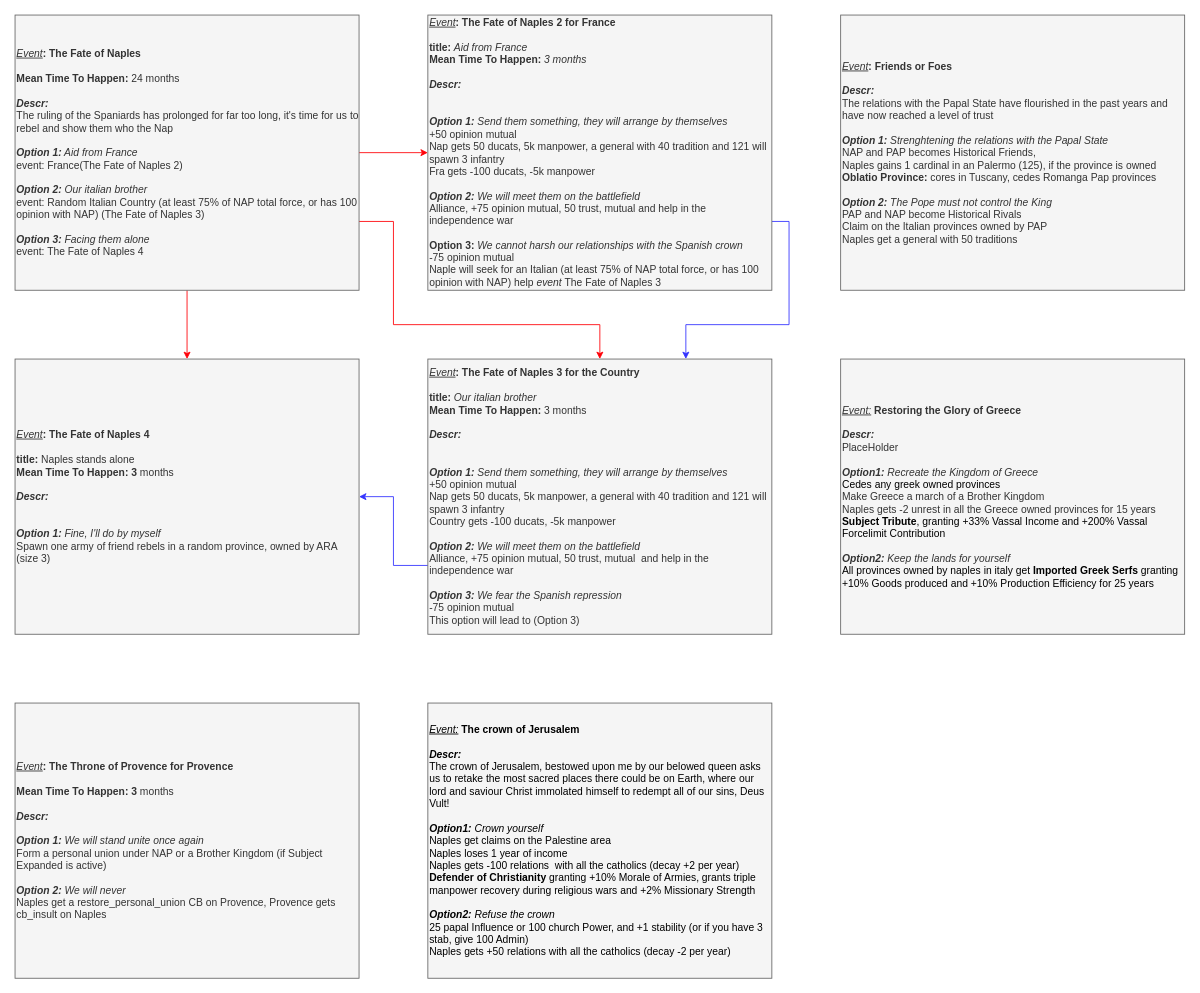
Melvasul/Missions-Expanded keeps this draw.io diagram as page "Events" (2 of 2) of Naples/It's Pizza Time 0.95.drawio. Above is the earlier version. Source tidied: cells renumbered, new cells numbered last; positions are measured from the earlier drawing's top-left corner, leaving out a move shared by most shapes. Both pictures are drawn from the tidied source at 86%, with x=0, y=0 at pixel (15, 15).
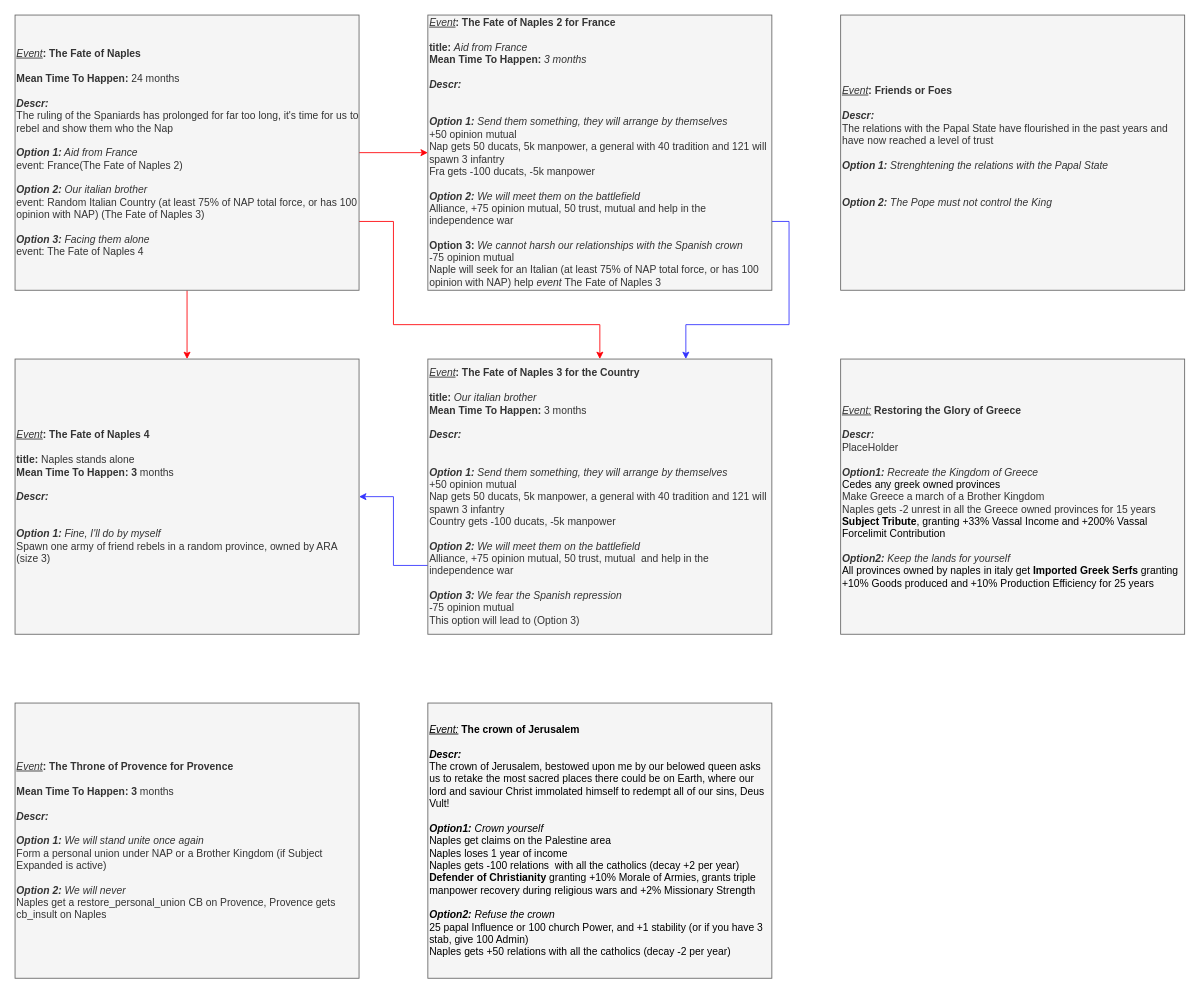
After the change.

What changed in the source:
```diff
@@
 <mxGraphModel>
   <root>
     <mxCell id="0" />
     <mxCell id="1" parent="0" />
     <mxCell id="2" value="&lt;div style=&quot;font-size: 12px&quot;&gt;&lt;font color=&quot;#000000&quot;&gt;&lt;u style=&quot;font-style: italic&quot;&gt;Event:&lt;/u&gt;&amp;nbsp;&lt;b&gt;The crown of Jerusalem&lt;/b&gt;&lt;/font&gt;&lt;/div&gt;&lt;div style=&quot;font-size: 12px&quot;&gt;&lt;b&gt;&lt;font color=&quot;#000000&quot;&gt;&lt;br&gt;&lt;/font&gt;&lt;/b&gt;&lt;/div&gt;&lt;div style=&quot;font-size: 12px&quot;&gt;&lt;font style=&quot;font-size: 12px&quot; color=&quot;#000000&quot;&gt;&lt;div style=&quot;font-size: 12px&quot;&gt;&lt;b style=&quot;font-size: 12px&quot;&gt;&lt;i style=&quot;font-size: 12px&quot;&gt;Descr:&lt;/i&gt;&lt;/b&gt;&lt;/div&gt;&lt;div style=&quot;font-size: 12px&quot;&gt;The crown of Jerusalem, bestowed upon me by our belowed queen asks us to retake the most sacred places there could be on Earth, where our lord and saviour Christ immolated himself to redempt all of our sins, Deus Vult!&lt;/div&gt;&lt;div style=&quot;font-size: 12px&quot;&gt;&lt;br&gt;&lt;/div&gt;&lt;/font&gt;&lt;/div&gt;&lt;div style=&quot;font-size: 12px&quot;&gt;&lt;font style=&quot;font-size: 12px&quot; color=&quot;#000000&quot;&gt;&lt;span style=&quot;font-size: 12px&quot;&gt;&lt;i style=&quot;font-size: 12px&quot;&gt;&lt;b&gt;Option1:&lt;/b&gt; Crown yourself&lt;/i&gt;&lt;/span&gt;&lt;br style=&quot;font-size: 12px&quot;&gt;&lt;/font&gt;&lt;/div&gt;&lt;div style=&quot;font-size: 12px&quot;&gt;&lt;font color=&quot;#000000&quot;&gt;Naples get claims on the Palestine area&lt;/font&gt;&lt;/div&gt;&lt;div style=&quot;font-size: 12px&quot;&gt;&lt;font color=&quot;#000000&quot;&gt;Naples loses 1 year of income&lt;/font&gt;&lt;/div&gt;&lt;div&gt;&lt;font color=&quot;#000000&quot;&gt;Naples gets -100 relations&amp;nbsp;&amp;nbsp;with all the catholics (decay +2 per year)&lt;br&gt;&lt;b style=&quot;font-size: 12px&quot;&gt;Defender of Christianity&lt;/b&gt;&amp;nbsp;granting +10% Morale of Armies, grants triple manpower recovery during religious wars and +2% Missionary Strength&lt;/font&gt;&lt;/div&gt;&lt;div style=&quot;font-size: 12px&quot;&gt;&lt;font style=&quot;font-size: 12px&quot; color=&quot;#000000&quot;&gt;&lt;br style=&quot;font-size: 12px&quot;&gt;&lt;/font&gt;&lt;/div&gt;&lt;div style=&quot;font-size: 12px&quot;&gt;&lt;font style=&quot;font-size: 12px&quot; color=&quot;#000000&quot;&gt;&lt;span style=&quot;font-size: 12px&quot;&gt;&lt;i style=&quot;font-size: 12px&quot;&gt;&lt;b&gt;Option2:&lt;/b&gt;&amp;nbsp;Refuse the crown&lt;/i&gt;&lt;/span&gt;&lt;/font&gt;&lt;/div&gt;&lt;div style=&quot;font-size: 12px&quot;&gt;&lt;font color=&quot;#000000&quot;&gt;25 papal Influence or 100 church Power, and +1 stability (or if you have 3 stab, give 100 Admin)&lt;/font&gt;&lt;/div&gt;&lt;div style=&quot;font-size: 12px&quot;&gt;&lt;font color=&quot;#000000&quot;&gt;Naples gets +50 relations with all the catholics (decay -2 per year)&lt;/font&gt;&lt;/div&gt;" style="rounded=0;whiteSpace=wrap;html=1;align=left;fontSize=12;fillColor=#f5f5f5;strokeColor=#666666;fontColor=#333333;" parent="1" vertex="1">
       <mxGeometry x="480" y="800" width="400" height="320" as="geometry" />
     </mxCell>
-    <mxCell id="3" value="&lt;div style=&quot;font-size: 12px&quot;&gt;&lt;i&gt;&lt;u&gt;Event&lt;/u&gt;&lt;/i&gt;&lt;b&gt;: Friends or Foes&lt;/b&gt;&lt;/div&gt;&lt;div style=&quot;font-size: 12px&quot;&gt;&lt;b&gt;&lt;br&gt;&lt;/b&gt;&lt;/div&gt;&lt;div&gt;&lt;font&gt;&lt;div style=&quot;font-size: 12px&quot;&gt;&lt;b style=&quot;font-size: 12px&quot;&gt;&lt;i style=&quot;font-size: 12px&quot;&gt;Descr:&lt;/i&gt;&lt;/b&gt;&lt;/div&gt;&lt;div&gt;The relations with the Papal State have flourished in the past years and have now reached a level of trust&lt;/div&gt;&lt;/font&gt;&lt;/div&gt;&lt;div&gt;&lt;br&gt;&lt;/div&gt;&lt;div style=&quot;font-size: 12px&quot;&gt;&lt;/div&gt;&lt;font&gt;&lt;b style=&quot;font-size: 12px ; font-style: italic&quot;&gt;Option 1: &lt;/b&gt;&lt;span style=&quot;font-size: 12px ; font-style: italic&quot;&gt;Strenghtening the relations with the Papal State&lt;/span&gt;&lt;br&gt;&lt;font&gt;NAP and PAP becomes Historical Friends,&lt;br&gt;&lt;/font&gt;&lt;font&gt;Naples gains 1 cardinal in an Palermo (125), if the province is owned&lt;br&gt;&lt;/font&gt;&lt;b&gt;Oblatio Province:&amp;nbsp;&lt;/b&gt;&lt;font&gt;cores in Tuscany, cedes Romanga Pap provinces&lt;/font&gt;&lt;br&gt;&lt;br&gt;&lt;span style=&quot;font-size: 12px&quot;&gt;&lt;i&gt;&lt;b&gt;Option 2: &lt;/b&gt;The Pope must not control the King&lt;/i&gt;&lt;/span&gt;&lt;b&gt;&lt;br&gt;&lt;/b&gt;&lt;font&gt;PAP and NAP become Historical Rivals&lt;br&gt;&lt;/font&gt;Claim on the Italian provinces owned by PAP&lt;div&gt;Naples get a general with 50 traditions&lt;/div&gt;&lt;/font&gt;" style="rounded=0;whiteSpace=wrap;html=1;align=left;fontSize=12;fillColor=#f5f5f5;strokeColor=#666666;fontColor=#333333;" parent="1" vertex="1">
+    <mxCell id="3" value="&lt;div style=&quot;font-size: 12px&quot;&gt;&lt;i&gt;&lt;u&gt;Event&lt;/u&gt;&lt;/i&gt;&lt;b&gt;: Friends or Foes&lt;/b&gt;&lt;/div&gt;&lt;div style=&quot;font-size: 12px&quot;&gt;&lt;b&gt;&lt;br&gt;&lt;/b&gt;&lt;/div&gt;&lt;div&gt;&lt;font&gt;&lt;div style=&quot;font-size: 12px&quot;&gt;&lt;b style=&quot;font-size: 12px&quot;&gt;&lt;i style=&quot;font-size: 12px&quot;&gt;Descr:&lt;/i&gt;&lt;/b&gt;&lt;/div&gt;&lt;div&gt;The relations with the Papal State have flourished in the past years and have now reached a level of trust&lt;/div&gt;&lt;/font&gt;&lt;/div&gt;&lt;div&gt;&lt;br&gt;&lt;/div&gt;&lt;div style=&quot;font-size: 12px&quot;&gt;&lt;/div&gt;&lt;font&gt;&lt;b style=&quot;font-size: 12px ; font-style: italic&quot;&gt;Option 1: &lt;/b&gt;&lt;span style=&quot;font-size: 12px ; font-style: italic&quot;&gt;Strenghtening the relations with the Papal State&lt;/span&gt;&lt;br&gt;&lt;br&gt;&lt;br&gt;&lt;span style=&quot;font-size: 12px&quot;&gt;&lt;i&gt;&lt;b&gt;Option 2: &lt;/b&gt;The Pope must not control the King&lt;/i&gt;&lt;/span&gt;&lt;b&gt;&lt;br&gt;&lt;/b&gt;&lt;br&gt;&lt;/font&gt;" style="rounded=0;whiteSpace=wrap;html=1;align=left;fontSize=12;fillColor=#f5f5f5;strokeColor=#666666;fontColor=#333333;" parent="1" vertex="1">
       <mxGeometry x="960" width="400" height="320" as="geometry" />
     </mxCell>
     <mxCell id="4" style="edgeStyle=orthogonalEdgeStyle;rounded=0;jettySize=auto;html=1;strokeColor=#FF0008;" parent="1" edge="1" source="7" target="11">
       <mxGeometry relative="1" as="geometry" />
     </mxCell>
     <mxCell id="5" style="edgeStyle=orthogonalEdgeStyle;rounded=0;jettySize=auto;html=1;strokeColor=#FF0008;" parent="1" edge="1" source="7" target="8">
       <mxGeometry relative="1" as="geometry" />
     </mxCell>
     <mxCell id="6" style="edgeStyle=orthogonalEdgeStyle;rounded=0;jettySize=auto;html=1;exitX=1;exitY=0.75;exitDx=0;exitDy=0;strokeColor=#FF0008;" parent="1" edge="1" source="7" target="13">
       <mxGeometry relative="1" as="geometry">
         <Array as="points">
           <mxPoint x="440" y="240" />
           <mxPoint x="440" y="360" />
           <mxPoint x="680" y="360" />
         </Array>
       </mxGeometry>
     </mxCell>
     <mxCell id="7" value="&lt;div style=&quot;font-size: 12px&quot;&gt;&lt;i&gt;&lt;u&gt;Event&lt;/u&gt;&lt;/i&gt;&lt;b&gt;: The Fate of Naples&lt;/b&gt;&lt;/div&gt;&lt;div style=&quot;font-size: 12px&quot;&gt;&lt;b&gt;&lt;br&gt;&lt;/b&gt;&lt;/div&gt;&lt;div style=&quot;font-size: 12px&quot;&gt;&lt;b&gt;Mean Time To Happen: &lt;/b&gt;24 months&lt;/div&gt;&lt;div style=&quot;font-size: 12px&quot;&gt;&lt;b&gt;&lt;br&gt;&lt;/b&gt;&lt;/div&gt;&lt;div&gt;&lt;font&gt;&lt;div style=&quot;font-size: 12px&quot;&gt;&lt;b style=&quot;font-size: 12px&quot;&gt;&lt;i style=&quot;font-size: 12px&quot;&gt;Descr:&lt;/i&gt;&lt;/b&gt;&lt;/div&gt;&lt;div&gt;The ruling of the Spaniards has prolonged for far too long, it's time for us to rebel and show them who the Nap&lt;/div&gt;&lt;/font&gt;&lt;/div&gt;&lt;div&gt;&lt;br&gt;&lt;/div&gt;&lt;div style=&quot;font-size: 12px&quot;&gt;&lt;/div&gt;&lt;font&gt;&lt;b style=&quot;font-size: 12px ; font-style: italic&quot;&gt;Option 1:&lt;/b&gt;&lt;span style=&quot;font-size: 12px ; font-style: italic&quot;&gt; &lt;/span&gt;&lt;span style=&quot;font-size: 12px ; font-style: italic&quot;&gt;Aid from France&lt;/span&gt;&lt;br&gt;event: France(The Fate of Naples 2)&lt;br&gt;&lt;br&gt;&lt;span style=&quot;font-size: 12px&quot;&gt;&lt;i&gt;&lt;b&gt;Option 2:&lt;/b&gt; Our italian brother&lt;/i&gt;&lt;/span&gt;&lt;br&gt;&lt;div&gt;event: Random Italian Country (at least 75% of NAP total force, or has 100 opinion with NAP) (The Fate of Naples 3)&lt;br&gt;&lt;/div&gt;&lt;div&gt;&lt;br&gt;&lt;/div&gt;&lt;div&gt;&lt;i style=&quot;font-weight: bold&quot;&gt;Option 3: &lt;/i&gt;&lt;i&gt;Facing them alone&lt;/i&gt;&lt;/div&gt;&lt;div&gt;event: The Fate of Naples 4&lt;i&gt;&lt;br&gt;&lt;/i&gt;&lt;/div&gt;&lt;/font&gt;" style="rounded=0;whiteSpace=wrap;html=1;align=left;fontSize=12;fillColor=#f5f5f5;strokeColor=#666666;fontColor=#333333;" parent="1" vertex="1">
       <mxGeometry width="400" height="320" as="geometry" />
     </mxCell>
     <mxCell id="8" value="&lt;div style=&quot;font-size: 12px&quot;&gt;&lt;i&gt;&lt;u&gt;Event&lt;/u&gt;&lt;/i&gt;&lt;b&gt;: The Fate of Naples 4&lt;/b&gt;&lt;/div&gt;&lt;div style=&quot;font-size: 12px&quot;&gt;&lt;b&gt;&lt;br&gt;&lt;/b&gt;&lt;/div&gt;&lt;div style=&quot;font-size: 12px&quot;&gt;&lt;b&gt;title: &lt;/b&gt;Naples stands alone&lt;/div&gt;&lt;div style=&quot;font-size: 12px&quot;&gt;&lt;b&gt;Mean Time To Happen: 3&amp;nbsp;&lt;/b&gt;months&lt;/div&gt;&lt;div style=&quot;font-size: 12px&quot;&gt;&lt;b&gt;&lt;br&gt;&lt;/b&gt;&lt;/div&gt;&lt;div&gt;&lt;font&gt;&lt;div style=&quot;font-size: 12px&quot;&gt;&lt;b style=&quot;font-size: 12px&quot;&gt;&lt;i style=&quot;font-size: 12px&quot;&gt;Descr:&lt;/i&gt;&lt;/b&gt;&lt;/div&gt;&lt;div&gt;&lt;br&gt;&lt;/div&gt;&lt;/font&gt;&lt;/div&gt;&lt;div&gt;&lt;br&gt;&lt;/div&gt;&lt;div style=&quot;font-size: 12px&quot;&gt;&lt;/div&gt;&lt;font&gt;&lt;b style=&quot;font-size: 12px ; font-style: italic&quot;&gt;Option 1:&lt;/b&gt;&lt;span style=&quot;font-size: 12px ; font-style: italic&quot;&gt;&amp;nbsp;&lt;/span&gt;&lt;i&gt;Fine, I'll do by myself&lt;/i&gt;&lt;br&gt;Spawn one army of friend rebels in a random province, owned by ARA (size 3)&lt;br&gt;&lt;/font&gt;" style="rounded=0;whiteSpace=wrap;html=1;align=left;fontSize=12;fillColor=#f5f5f5;strokeColor=#666666;fontColor=#333333;" parent="1" vertex="1">
       <mxGeometry y="400" width="400" height="320" as="geometry" />
     </mxCell>
     <mxCell id="9" value="&lt;div style=&quot;font-size: 12px&quot;&gt;&lt;i&gt;&lt;u&gt;Event&lt;/u&gt;&lt;/i&gt;&lt;b&gt;: The Throne of Provence for Provence&lt;/b&gt;&lt;/div&gt;&lt;div style=&quot;font-size: 12px&quot;&gt;&lt;b&gt;&lt;br&gt;&lt;/b&gt;&lt;/div&gt;&lt;div style=&quot;font-size: 12px&quot;&gt;&lt;b&gt;Mean Time To Happen: 3&amp;nbsp;&lt;/b&gt;months&lt;/div&gt;&lt;div style=&quot;font-size: 12px&quot;&gt;&lt;b&gt;&lt;br&gt;&lt;/b&gt;&lt;/div&gt;&lt;div&gt;&lt;font&gt;&lt;div style=&quot;font-size: 12px&quot;&gt;&lt;b style=&quot;font-size: 12px&quot;&gt;&lt;i style=&quot;font-size: 12px&quot;&gt;Descr:&lt;/i&gt;&lt;/b&gt;&lt;/div&gt;&lt;div&gt;&lt;br&gt;&lt;/div&gt;&lt;/font&gt;&lt;/div&gt;&lt;div style=&quot;font-size: 12px&quot;&gt;&lt;/div&gt;&lt;font&gt;&lt;b style=&quot;font-size: 12px ; font-style: italic&quot;&gt;Option 1:&lt;/b&gt;&lt;span style=&quot;font-size: 12px ; font-style: italic&quot;&gt;&amp;nbsp;We will stand unite once again&lt;br&gt;&lt;/span&gt;Form a personal union under NAP or a Brother Kingdom (if Subject Expanded is active)&lt;br&gt;&lt;br&gt;&lt;span style=&quot;font-size: 12px&quot;&gt;&lt;i&gt;&lt;b&gt;Option 2:&lt;/b&gt; We will never&amp;nbsp;&lt;br&gt;&lt;/i&gt;&lt;/span&gt;Naples get a restore_personal_union CB on Provence, Provence gets cb_insult on Naples&lt;br&gt;&lt;/font&gt;" style="rounded=0;whiteSpace=wrap;html=1;align=left;fontSize=12;fillColor=#f5f5f5;strokeColor=#666666;fontColor=#333333;" parent="1" vertex="1">
       <mxGeometry y="800" width="400" height="320" as="geometry" />
     </mxCell>
     <mxCell id="10" style="edgeStyle=orthogonalEdgeStyle;rounded=0;jettySize=auto;html=1;exitX=1;exitY=0.75;exitDx=0;exitDy=0;entryX=0.75;entryY=0;entryDx=0;entryDy=0;strokeColor=#3333FF;" parent="1" edge="1" source="11" target="13">
       <mxGeometry relative="1" as="geometry" />
     </mxCell>
     <mxCell id="11" value="&lt;div style=&quot;font-size: 12px&quot;&gt;&lt;i&gt;&lt;u&gt;Event&lt;/u&gt;&lt;/i&gt;&lt;b&gt;: The Fate of Naples 2 for France&lt;/b&gt;&lt;/div&gt;&lt;div style=&quot;font-size: 12px&quot;&gt;&lt;b&gt;&lt;br&gt;&lt;/b&gt;&lt;/div&gt;&lt;div style=&quot;font-size: 12px&quot;&gt;&lt;b&gt;title: &lt;/b&gt;&lt;i&gt;Aid from France&lt;/i&gt;&lt;/div&gt;&lt;div style=&quot;font-size: 12px&quot;&gt;&lt;b&gt;Mean Time To Happen: &lt;/b&gt;&lt;i&gt;3 months&lt;/i&gt;&lt;/div&gt;&lt;div style=&quot;font-size: 12px&quot;&gt;&lt;b&gt;&lt;br&gt;&lt;/b&gt;&lt;/div&gt;&lt;div&gt;&lt;font&gt;&lt;div style=&quot;font-size: 12px&quot;&gt;&lt;b style=&quot;font-size: 12px&quot;&gt;&lt;i style=&quot;font-size: 12px&quot;&gt;Descr:&lt;/i&gt;&lt;/b&gt;&lt;/div&gt;&lt;div&gt;&lt;br&gt;&lt;/div&gt;&lt;/font&gt;&lt;/div&gt;&lt;div&gt;&lt;br&gt;&lt;/div&gt;&lt;div style=&quot;font-size: 12px&quot;&gt;&lt;/div&gt;&lt;font&gt;&lt;b style=&quot;font-size: 12px ; font-style: italic&quot;&gt;Option 1:&lt;/b&gt;&lt;span style=&quot;font-size: 12px ; font-style: italic&quot;&gt;&amp;nbsp;Send them something, they will arrange by themselves&lt;br&gt;&lt;/span&gt;+50 opinion mutual&lt;br&gt;Nap gets 50 ducats, 5k manpower, a general with 40 tradition and 121 will spawn 3 infantry&lt;br&gt;Fra gets -100 ducats, -5k manpower&lt;br&gt;&lt;br&gt;&lt;span style=&quot;font-size: 12px&quot;&gt;&lt;i&gt;&lt;b&gt;Option 2:&lt;/b&gt; We will meet them on the battlefield&lt;br&gt;&lt;/i&gt;&lt;/span&gt;Alliance, +75 opinion mutual, 50 trust, mutual and help in the independence war&lt;br&gt;&lt;b&gt;&lt;br&gt;Option 3:&lt;/b&gt;&amp;nbsp;&lt;i&gt;We cannot harsh our relationships with the Spanish crown&lt;br&gt;&lt;/i&gt;-75 opinion mutual&lt;br&gt;Naple will seek for an Italian (at least 75% of NAP total force, or has 100 opinion with NAP) help &lt;i&gt;event&lt;/i&gt;&amp;nbsp;The Fate of Naples 3&lt;br&gt;&lt;/font&gt;" style="rounded=0;whiteSpace=wrap;html=1;align=left;fontSize=12;fillColor=#f5f5f5;strokeColor=#666666;fontColor=#333333;" parent="1" vertex="1">
       <mxGeometry x="480" width="400" height="320" as="geometry" />
     </mxCell>
     <mxCell id="12" style="edgeStyle=orthogonalEdgeStyle;rounded=0;jettySize=auto;html=1;exitX=0;exitY=0.75;exitDx=0;exitDy=0;entryX=1;entryY=0.5;entryDx=0;entryDy=0;strokeColor=#3333FF;" parent="1" edge="1" source="13" target="8">
       <mxGeometry relative="1" as="geometry" />
     </mxCell>
     <mxCell id="13" value="&lt;div style=&quot;font-size: 12px&quot;&gt;&lt;i&gt;&lt;u&gt;Event&lt;/u&gt;&lt;/i&gt;&lt;b&gt;: The Fate of Naples 3 for the Country&lt;/b&gt;&lt;/div&gt;&lt;div style=&quot;font-size: 12px&quot;&gt;&lt;b&gt;&lt;br&gt;&lt;/b&gt;&lt;/div&gt;&lt;div&gt;&lt;b&gt;title:&amp;nbsp;&lt;/b&gt;&lt;i&gt;Our italian brother&lt;/i&gt;&lt;br&gt;&lt;/div&gt;&lt;div style=&quot;font-size: 12px&quot;&gt;&lt;b&gt;Mean Time To Happen: &lt;/b&gt;3 months&lt;/div&gt;&lt;div style=&quot;font-size: 12px&quot;&gt;&lt;b&gt;&lt;br&gt;&lt;/b&gt;&lt;/div&gt;&lt;div&gt;&lt;font&gt;&lt;div style=&quot;font-size: 12px&quot;&gt;&lt;b style=&quot;font-size: 12px&quot;&gt;&lt;i style=&quot;font-size: 12px&quot;&gt;Descr:&lt;/i&gt;&lt;/b&gt;&lt;/div&gt;&lt;div&gt;&lt;br&gt;&lt;/div&gt;&lt;div&gt;&lt;br&gt;&lt;/div&gt;&lt;/font&gt;&lt;/div&gt;&lt;div style=&quot;font-size: 12px&quot;&gt;&lt;/div&gt;&lt;b style=&quot;font-style: italic&quot;&gt;Option 1:&lt;/b&gt;&lt;span style=&quot;font-style: italic&quot;&gt;&amp;nbsp;Send them something, they will arrange by themselves&lt;br&gt;&lt;/span&gt;+50 opinion mutual&lt;br&gt;Nap gets 50 ducats, 5k manpower, a general with 40 tradition and 121 will spawn 3 infantry&lt;br&gt;Country gets -100 ducats, -5k manpower&lt;br&gt;&lt;br&gt;&lt;i&gt;&lt;b&gt;Option 2:&lt;/b&gt;&amp;nbsp;We will meet them on the battlefield&lt;br&gt;&lt;/i&gt;Alliance, +75 opinion mutual, 50 trust, mutual&amp;nbsp; and help in the independence war&lt;br&gt;&lt;br&gt;&lt;i&gt;&lt;b&gt;Option 3:&lt;/b&gt;&amp;nbsp;We fear the Spanish repression&lt;br&gt;&lt;/i&gt;-75 opinion mutual&lt;br&gt;This option will lead to (Option 3)" style="rounded=0;whiteSpace=wrap;html=1;align=left;fontSize=12;fillColor=#f5f5f5;strokeColor=#666666;fontColor=#333333;" parent="1" vertex="1">
       <mxGeometry x="480" y="400" width="400" height="320" as="geometry" />
     </mxCell>
     <mxCell id="14" value="&lt;div style=&quot;font-size: 12px&quot;&gt;&lt;u style=&quot;font-style: italic&quot;&gt;Event:&lt;/u&gt;&amp;nbsp;&lt;b&gt;Restoring the Glory of Greece&lt;/b&gt;&lt;/div&gt;&lt;div style=&quot;font-size: 12px&quot;&gt;&lt;b&gt;&lt;br&gt;&lt;/b&gt;&lt;/div&gt;&lt;div style=&quot;font-size: 12px&quot;&gt;&lt;font style=&quot;font-size: 12px&quot;&gt;&lt;div style=&quot;font-size: 12px&quot;&gt;&lt;b style=&quot;font-size: 12px&quot;&gt;&lt;i style=&quot;font-size: 12px&quot;&gt;Descr:&lt;/i&gt;&lt;/b&gt;&lt;/div&gt;&lt;div style=&quot;font-size: 12px&quot;&gt;PlaceHolder&lt;/div&gt;&lt;div style=&quot;font-size: 12px&quot;&gt;&lt;br&gt;&lt;/div&gt;&lt;/font&gt;&lt;/div&gt;&lt;div style=&quot;font-size: 12px&quot;&gt;&lt;font style=&quot;font-size: 12px&quot;&gt;&lt;span style=&quot;font-size: 12px&quot;&gt;&lt;i style=&quot;font-size: 12px&quot;&gt;&lt;b&gt;Option1: &lt;/b&gt;Recreate the Kingdom of Greece&lt;/i&gt;&lt;/span&gt;&lt;br style=&quot;font-size: 12px&quot;&gt;&lt;/font&gt;&lt;/div&gt;&lt;div style=&quot;font-size: 12px&quot;&gt;&lt;font color=&quot;#000000&quot;&gt;Cedes any greek owned provinces&lt;/font&gt;&lt;/div&gt;&lt;div style=&quot;font-size: 12px&quot;&gt;Make Greece a march of a Brother Kingdom&lt;/div&gt;&lt;div style=&quot;font-size: 12px&quot;&gt;&lt;span&gt;Naples gets -2 unrest in all the Greece owned provinces for 15 years&lt;/span&gt;&lt;br&gt;&lt;/div&gt;&lt;div&gt;&lt;font color=&quot;#000000&quot;&gt;&lt;b&gt;Subject Tribute&lt;/b&gt;,&lt;/font&gt; &lt;font color=&quot;#000000&quot;&gt;granting +33% Vassal Income and +200% Vassal Forcelimit Contribution&lt;/font&gt;&lt;br&gt;&lt;/div&gt;&lt;div style=&quot;font-size: 12px&quot;&gt;&lt;br&gt;&lt;/div&gt;&lt;div style=&quot;font-size: 12px&quot;&gt;&lt;font style=&quot;font-size: 12px&quot;&gt;&lt;span style=&quot;font-size: 12px&quot;&gt;&lt;i style=&quot;font-size: 12px&quot;&gt;&lt;b&gt;Option2:&lt;/b&gt;&amp;nbsp;Keep the lands for yourself&lt;/i&gt;&lt;/span&gt;&lt;/font&gt;&lt;/div&gt;&lt;div style=&quot;font-size: 12px&quot;&gt;&lt;div&gt;&lt;font color=&quot;#000000&quot;&gt;All provinces owned by naples in italy get &lt;b&gt;Imported Greek Serfs&lt;/b&gt;&amp;nbsp;granting +10% Goods produced and +10% Production Efficiency for 25 years&lt;/font&gt;&lt;/div&gt;&lt;/div&gt;" style="rounded=0;whiteSpace=wrap;html=1;align=left;fontSize=12;fillColor=#f5f5f5;strokeColor=#666666;fontColor=#333333;" parent="1" vertex="1">
       <mxGeometry x="960" y="400" width="400" height="320" as="geometry" />
     </mxCell>
   </root>
 </mxGraphModel>
```
